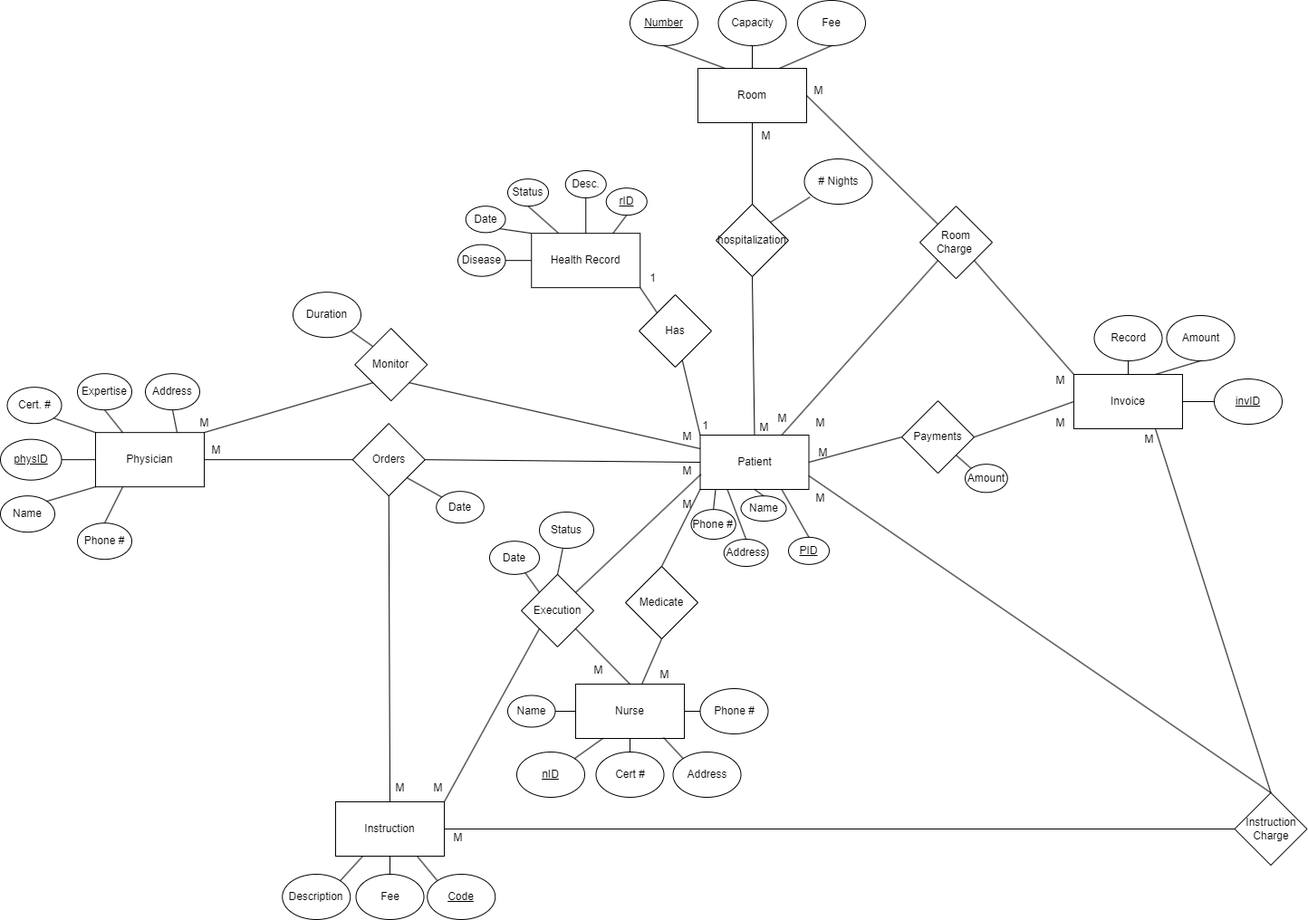
This is finalERD.png from RPetrov453/cs480FinalProject, a draw.io export, as it was before one commit. Source tidied: cells renumbered, new cells last; positions are measured from the earlier drawing's top-left corner, leaving out a move shared by most shapes.
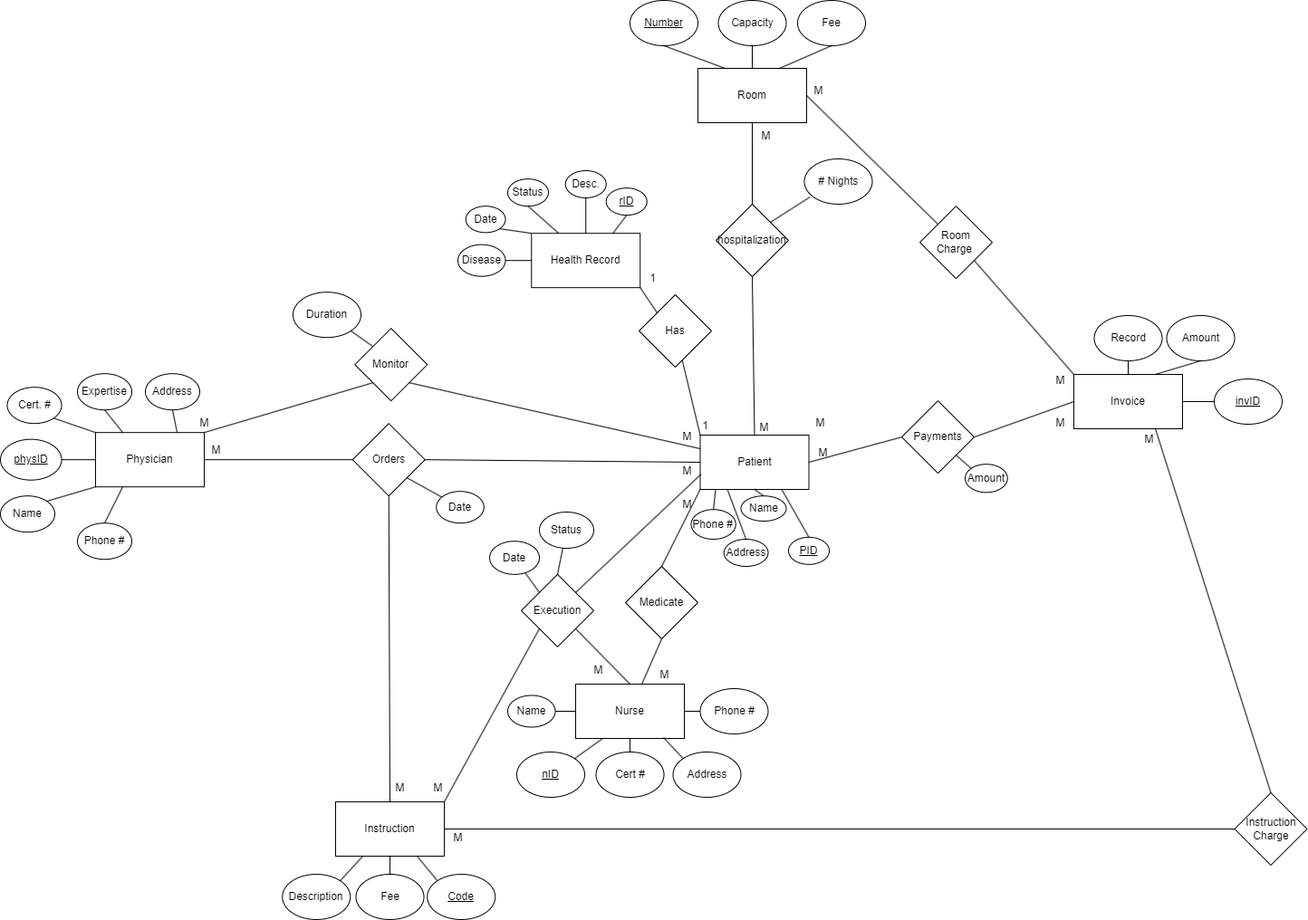
Above is the later version.

Change to the diagram source:
```diff
@@ -364,21 +364,9 @@
     <mxCell id="121" value="Instruction Charge" style="rhombus;whiteSpace=wrap;html=1;" parent="1" vertex="1">
       <mxGeometry x="1362.5" y="875" width="80" height="80" as="geometry" />
     </mxCell>
-    <mxCell id="122" style="endArrow=none;html=1;rounded=0;exitX=0.5;exitY=0;exitDx=0;exitDy=0;entryX=1;entryY=0.75;entryDx=0;entryDy=0;" parent="1" edge="1" source="121" target="5">
-      <mxGeometry relative="1" as="geometry" />
-    </mxCell>
-    <mxCell id="123" style="endArrow=none;html=1;rounded=0;entryX=0;entryY=1;entryDx=0;entryDy=0;exitX=0.75;exitY=0;exitDx=0;exitDy=0;" parent="1" edge="1" source="5" target="105">
-      <mxGeometry relative="1" as="geometry" />
-    </mxCell>
-    <mxCell id="124" value="M" style="text;html=1;align=center;verticalAlign=middle;strokeColor=none;fillColor=none;" parent="1" vertex="1">
-      <mxGeometry x="847.5" y="447.2" width="30" height="30" as="geometry" />
-    </mxCell>
     <mxCell id="125" value="M" style="text;html=1;align=center;verticalAlign=middle;strokeColor=none;fillColor=none;" parent="1" vertex="1">
       <mxGeometry x="887.5" y="85" width="30" height="30" as="geometry" />
     </mxCell>
-    <mxCell id="126" value="M" style="text;html=1;align=center;verticalAlign=middle;strokeColor=none;fillColor=none;" parent="1" vertex="1">
-      <mxGeometry x="890" y="535" width="30" height="30" as="geometry" />
-    </mxCell>
     <mxCell id="127" value="M" style="text;html=1;align=center;verticalAlign=middle;strokeColor=none;fillColor=none;" parent="1" vertex="1">
       <mxGeometry x="490" y="910" width="30" height="30" as="geometry" />
     </mxCell>
```
